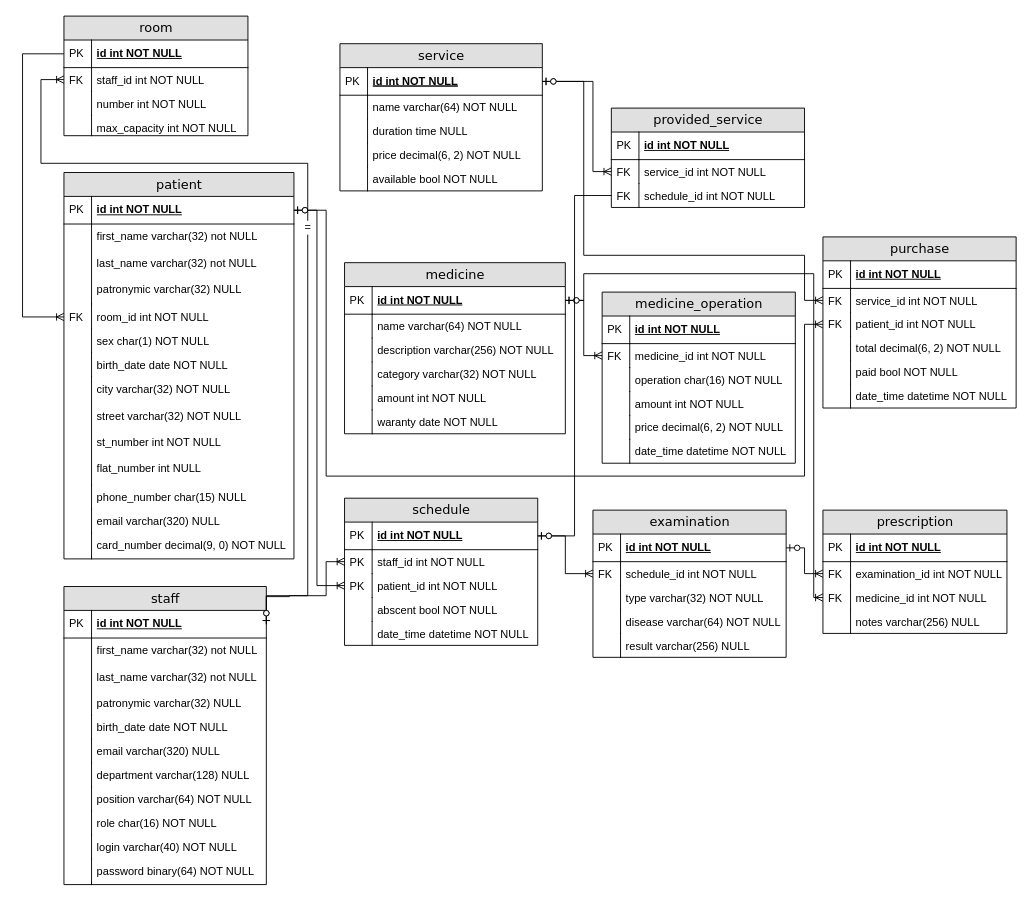
Above: DB2.drawio in IlyaBY-afk/MD-DBMS (draw.io), before the change. Source tidied: cells renumbered, new cells numbered last; positions are measured from the earlier drawing's top-left corner, leaving out a move shared by most shapes. Both pictures are drawn from the tidied source at 92%, with x=0, y=0 at pixel (22, 16).
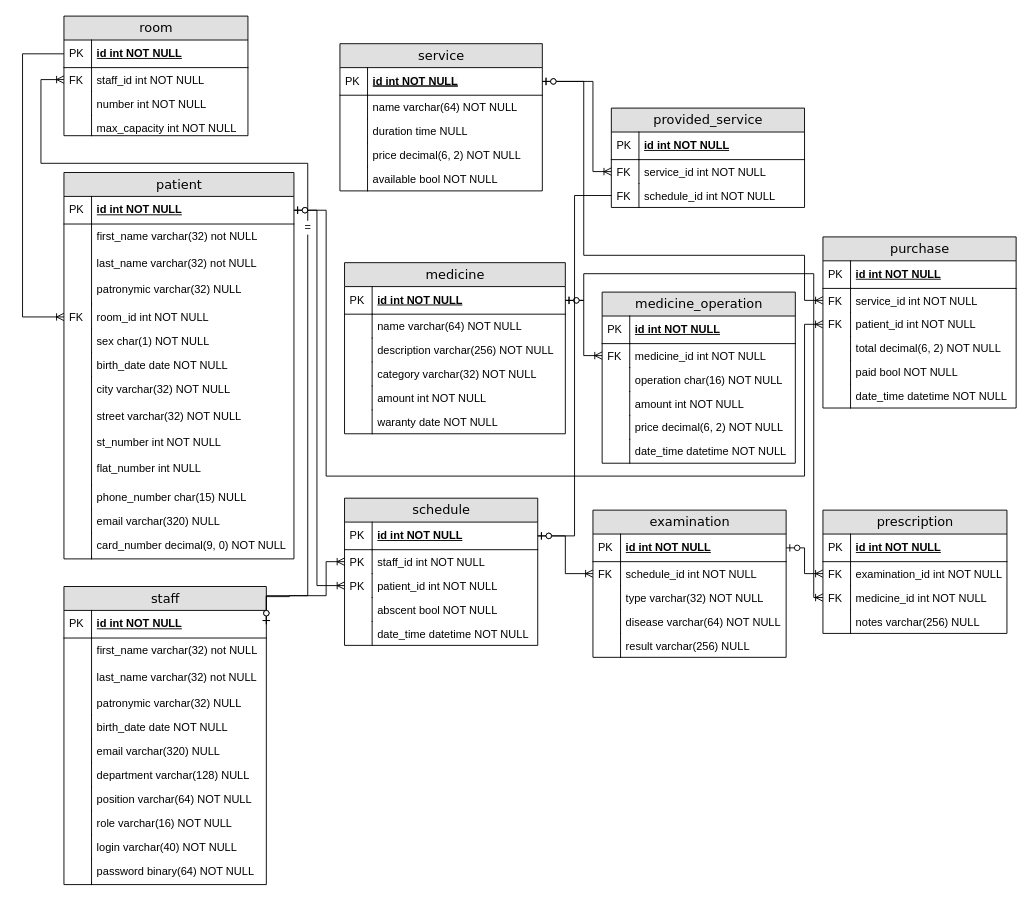
The same diagram, later.

The change refers to these unchanged cells:
```xml
<mxCell id="25" value="staff" style="swimlane;html=1;fontStyle=0;horizontal=1;startSize=26;fillColor=#e0e0e0;swimlaneFillColor=#ffffff;align=center;rounded=0;shadow=0;comic=0;labelBackgroundColor=none;strokeWidth=1;fontFamily=Verdana;fontSize=14;" parent="1" vertex="1">
  <mxGeometry x="45" y="620" width="220" height="324" as="geometry" />
</mxCell>
```

What changed in the source:
```diff
@@
-    <mxCell id="38" value="role char(16) NOT NULL" style="shape=partialRectangle;top=0;left=0;right=0;bottom=0;html=1;align=left;verticalAlign=top;fillColor=none;spacingLeft=34;spacingRight=4;whiteSpace=wrap;overflow=hidden;" parent="25" vertex="1">
+    <mxCell id="38" value="role varchar(16) NOT NULL" style="shape=partialRectangle;top=0;left=0;right=0;bottom=0;html=1;align=left;verticalAlign=top;fillColor=none;spacingLeft=34;spacingRight=4;whiteSpace=wrap;overflow=hidden;" parent="25" vertex="1">
       <mxGeometry y="244" width="220" height="26" as="geometry" />
     </mxCell>
```
